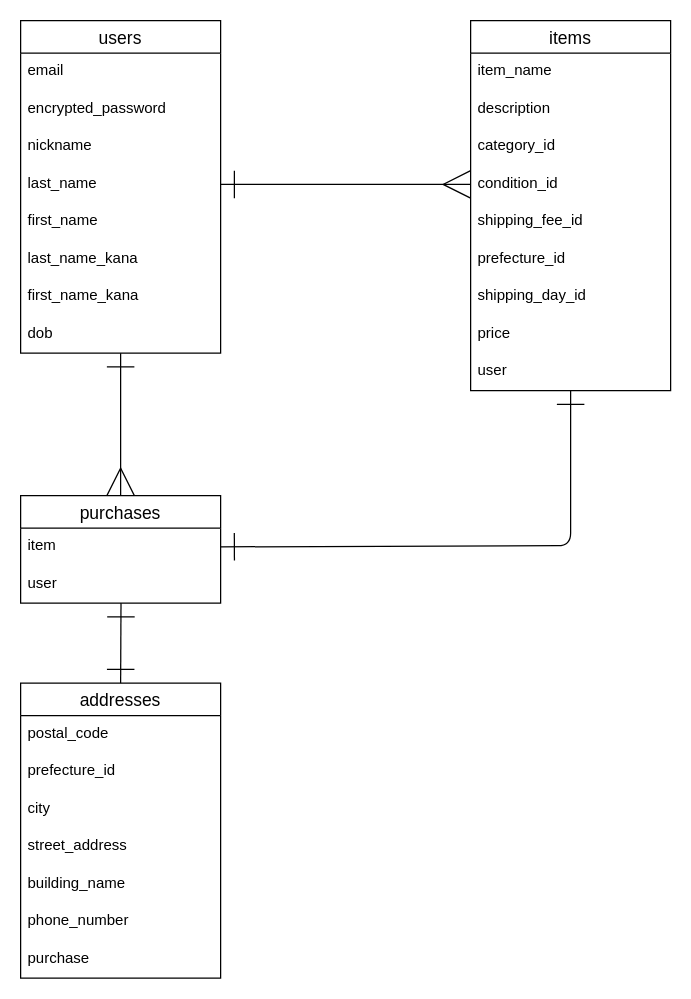
This is er.dio from ryodaiba/furima-40959, a draw.io file, before an edit. Source tidied: cells renumbered, new cells numbered last; positions are measured from the earlier drawing's top-left corner, leaving out a move shared by most shapes. Both pictures are drawn from the tidied source at 125%, with x=0, y=0 at pixel (20, 20).
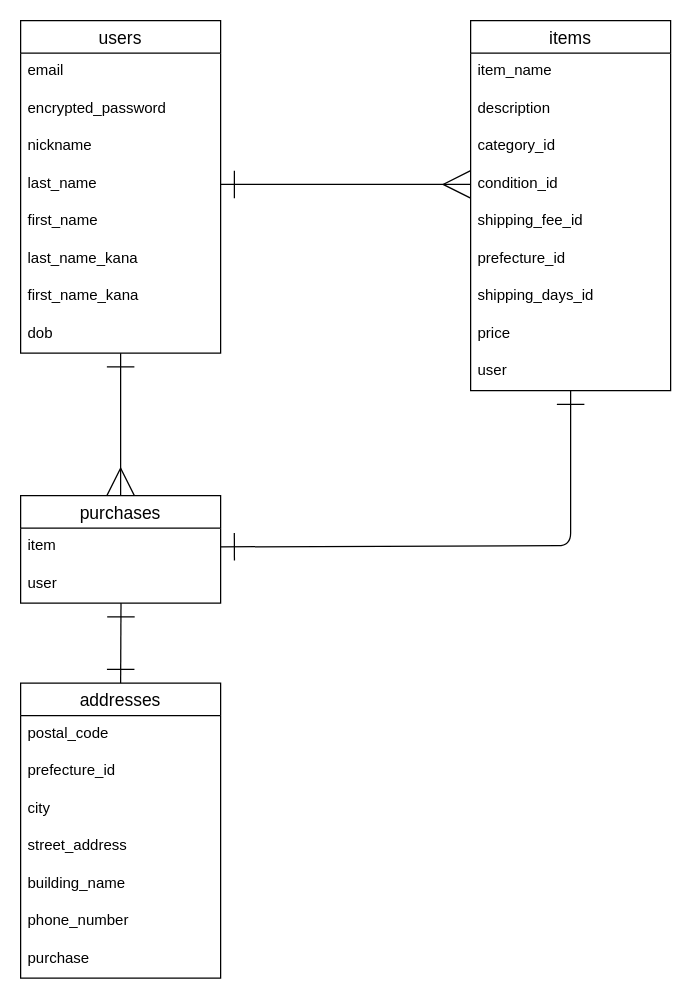
Above is the later version.

Commit message (it also covers changes not shown here):
ER図とアソシエーションの調整

Unchanged cells that the change refers to:
```xml
<mxCell id="11" value="items" style="swimlane;fontStyle=0;horizontal=1;startSize=26;align=center;fontSize=14;" parent="1" vertex="1">
  <mxGeometry x="360" width="160" height="296" as="geometry" />
</mxCell>
```

The edit, as a diff of the source:
```diff
@@
-    <mxCell id="18" value="shipping_day_id" style="text;strokeColor=none;fillColor=none;spacingLeft=4;spacingRight=4;overflow=hidden;fontSize=12;" parent="11" vertex="1">
+    <mxCell id="18" value="shipping_days_id" style="text;strokeColor=none;fillColor=none;spacingLeft=4;spacingRight=4;overflow=hidden;fontSize=12;" parent="11" vertex="1">
       <mxGeometry y="206" width="160" height="30" as="geometry" />
     </mxCell>
```
